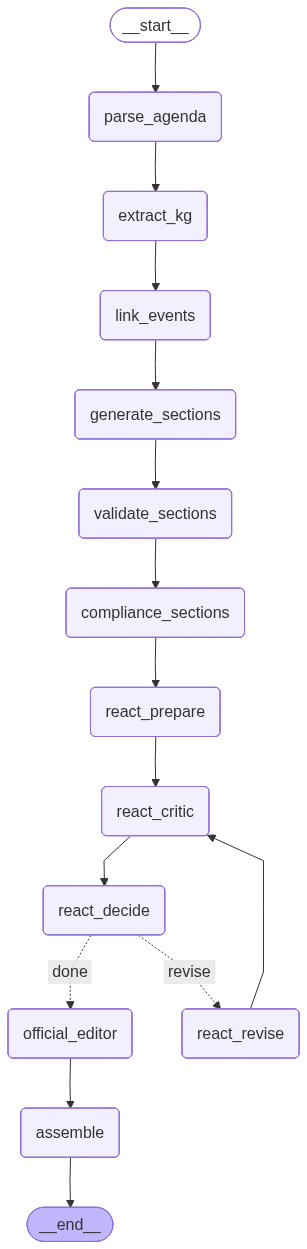
This is docs/langgraph_flow/langgraph_flow_react.png from bankkyss/meet_graph, a Mermaid export, as it was before one commit. Its source is kept beside it as docs/langgraph_flow/langgraph_flow_react.mmd. Source of this version:
```mermaid
---
config:
  flowchart:
    curve: linear
---
graph TD;
	__start__([<p>__start__</p>]):::first
	parse_agenda(parse_agenda)
	extract_kg(extract_kg)
	link_events(link_events)
	generate_sections(generate_sections)
	validate_sections(validate_sections)
	compliance_sections(compliance_sections)
	react_prepare(react_prepare)
	react_critic(react_critic)
	react_decide(react_decide)
	react_revise(react_revise)
	official_editor(official_editor)
	assemble(assemble)
	__end__([<p>__end__</p>]):::last
	__start__ --> parse_agenda;
	compliance_sections --> react_prepare;
	extract_kg --> link_events;
	generate_sections --> validate_sections;
	link_events --> generate_sections;
	official_editor --> assemble;
	parse_agenda --> extract_kg;
	react_critic --> react_decide;
	react_decide -. &nbsp;done&nbsp; .-> official_editor;
	react_decide -. &nbsp;revise&nbsp; .-> react_revise;
	react_prepare --> react_critic;
	react_revise --> react_critic;
	validate_sections --> compliance_sections;
	assemble --> __end__;
	classDef default fill:#f2f0ff,line-height:1.2
	classDef first fill-opacity:0
	classDef last fill:#bfb6fc
```
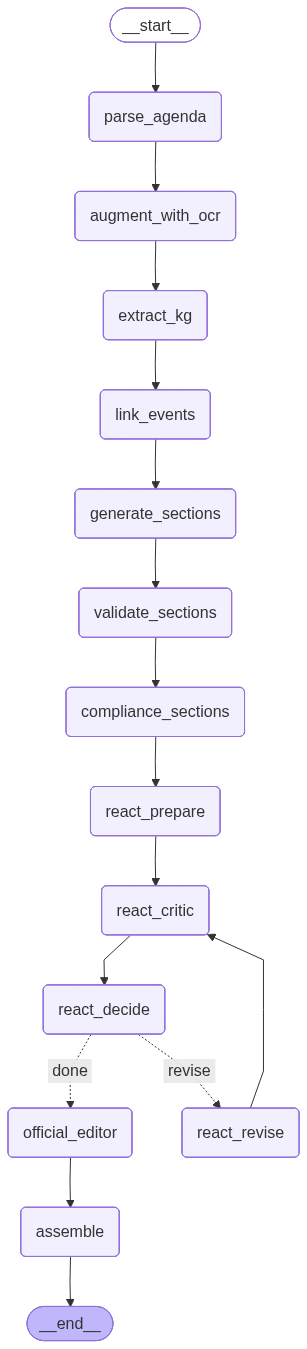
Above is the later version.

Change to the diagram source:
```diff
@@ -6,6 +6,7 @@
 graph TD;
 	__start__([<p>__start__</p>]):::first
 	parse_agenda(parse_agenda)
+	augment_with_ocr(augment_with_ocr)
 	extract_kg(extract_kg)
 	link_events(link_events)
 	generate_sections(generate_sections)
@@ -19,12 +20,13 @@
 	assemble(assemble)
 	__end__([<p>__end__</p>]):::last
 	__start__ --> parse_agenda;
+	augment_with_ocr --> extract_kg;
 	compliance_sections --> react_prepare;
 	extract_kg --> link_events;
 	generate_sections --> validate_sections;
 	link_events --> generate_sections;
 	official_editor --> assemble;
-	parse_agenda --> extract_kg;
+	parse_agenda --> augment_with_ocr;
 	react_critic --> react_decide;
 	react_decide -. &nbsp;done&nbsp; .-> official_editor;
 	react_decide -. &nbsp;revise&nbsp; .-> react_revise;
```
